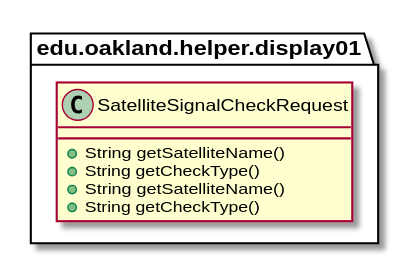
andrewdimmer/csi-3370-software-project keeps this PlantUML diagram as docs/uml-class-diagrams/display01/helper/Display01HelperPackage.svg. Above is the earlier version.
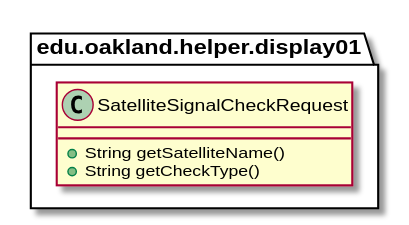
The same diagram one commit later.

What changed in the source:
```diff
@@ -1,11 +1,7 @@
 @startuml Display01HelperPackage
 
 package edu.oakland.helper.display01 {
-  class SatelliteSignalCheckRequest {
 
-    + String getSatelliteName()
-    + String getCheckType()
-  }
 }
 
 
```
